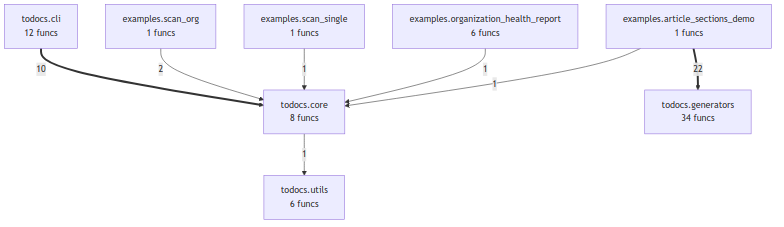
Above: project/compact_flow.png in wronai/todocs (Mermaid), before the change. Its source is kept beside it as project/compact_flow.mmd.
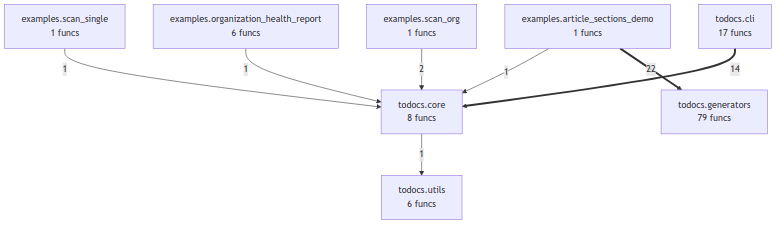
The same diagram one commit later.

Diff of the diagram source:
```diff
@@ -3,14 +3,14 @@
     examples_organization_health_report["examples.organization_health_report<br/>6 funcs"]
     examples_scan_org["examples.scan_org<br/>1 funcs"]
     examples_scan_single["examples.scan_single<br/>1 funcs"]
-    todocs_cli["todocs.cli<br/>12 funcs"]
+    todocs_cli["todocs.cli<br/>17 funcs"]
     todocs_core["todocs.core<br/>8 funcs"]
-    todocs_generators["todocs.generators<br/>34 funcs"]
+    todocs_generators["todocs.generators<br/>79 funcs"]
     todocs_utils["todocs.utils<br/>6 funcs"]
     examples_article_sections_demo ==>|22| todocs_generators
-    todocs_cli ==>|10| todocs_core
+    todocs_cli ==>|14| todocs_core
     examples_scan_org -->|2| todocs_core
+    examples_article_sections_demo -->|1| todocs_core
+    examples_organization_health_report -->|1| todocs_core
     examples_scan_single -->|1| todocs_core
-    examples_organization_health_report -->|1| todocs_core
-    examples_article_sections_demo -->|1| todocs_core
     todocs_core -->|1| todocs_utils
```
